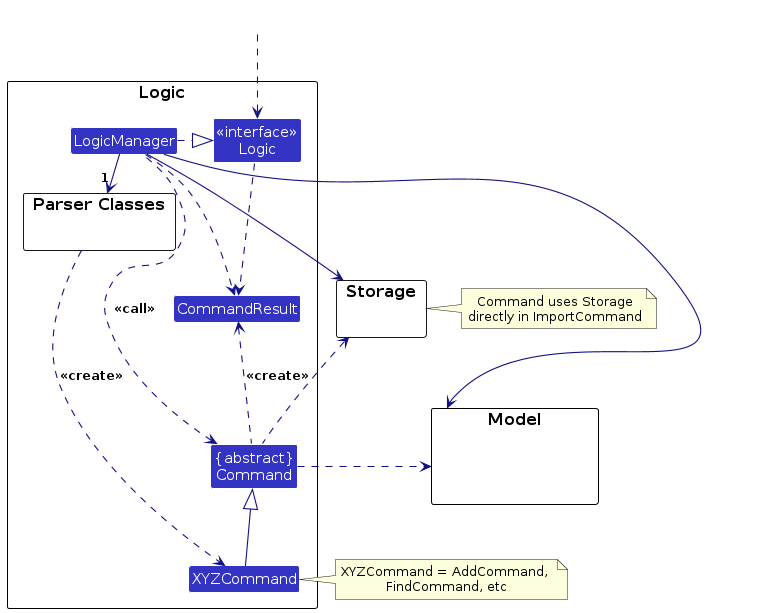
AY2526S1-CS2103-F12-1/tp keeps this PlantUML diagram as diagrams/LogicClassDiagram.png. Above is the earlier version. Its source is kept beside it as diagrams/LogicClassDiagram.puml. Its diagram source:
```plantuml
@startuml
!include style.puml
skinparam arrowThickness 1.1
skinparam arrowColor LOGIC_COLOR_T4
skinparam classBackgroundColor LOGIC_COLOR

package Logic as LogicPackage {

package "Parser Classes" as ParserClasses{
}
Class XYZCommand
Class CommandResult
Class "{abstract}\nCommand" as Command


Class "<<interface>>\nLogic" as Logic
Class LogicManager
}

package Model {
Class HiddenModel #FFFFFF
}

package Storage {
}

Class HiddenOutside #FFFFFF
HiddenOutside ..> Logic

LogicManager .right.|> Logic
LogicManager -right->"1" ParserClasses
ParserClasses ..> XYZCommand : <<create>>

XYZCommand -up-|> Command
LogicManager .left.> Command : <<call>>

Command .up.> Storage
note right of Storage: Command uses Storage\ndirectly in ImportCommand

LogicManager --> Model
LogicManager --> Storage
Storage --[hidden] Model
Command .[hidden]up.> Storage
Command .right.> Model
note right of XYZCommand: XYZCommand = AddCommand, \nFindCommand, etc

Logic ..> CommandResult
LogicManager .down.> CommandResult
Command .up.> CommandResult : <<create>>
@enduml
```
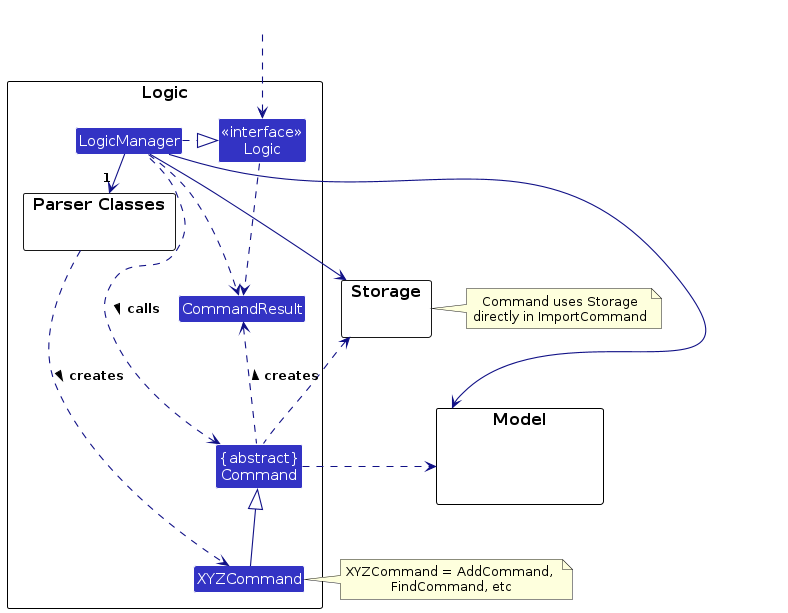
Above is the later version.

The edit, as a diff of the source:
```diff
@@ -29,10 +29,10 @@
 
 LogicManager .right.|> Logic
 LogicManager -right->"1" ParserClasses
-ParserClasses ..> XYZCommand : <<create>>
+ParserClasses ..> XYZCommand : creates >
 
 XYZCommand -up-|> Command
-LogicManager .left.> Command : <<call>>
+LogicManager .left.> Command : calls >
 
 Command .up.> Storage
 note right of Storage: Command uses Storage\ndirectly in ImportCommand
@@ -46,5 +46,5 @@
 
 Logic ..> CommandResult
 LogicManager .down.> CommandResult
-Command .up.> CommandResult : <<create>>
+Command .up.> CommandResult : creates >
 @enduml
```
